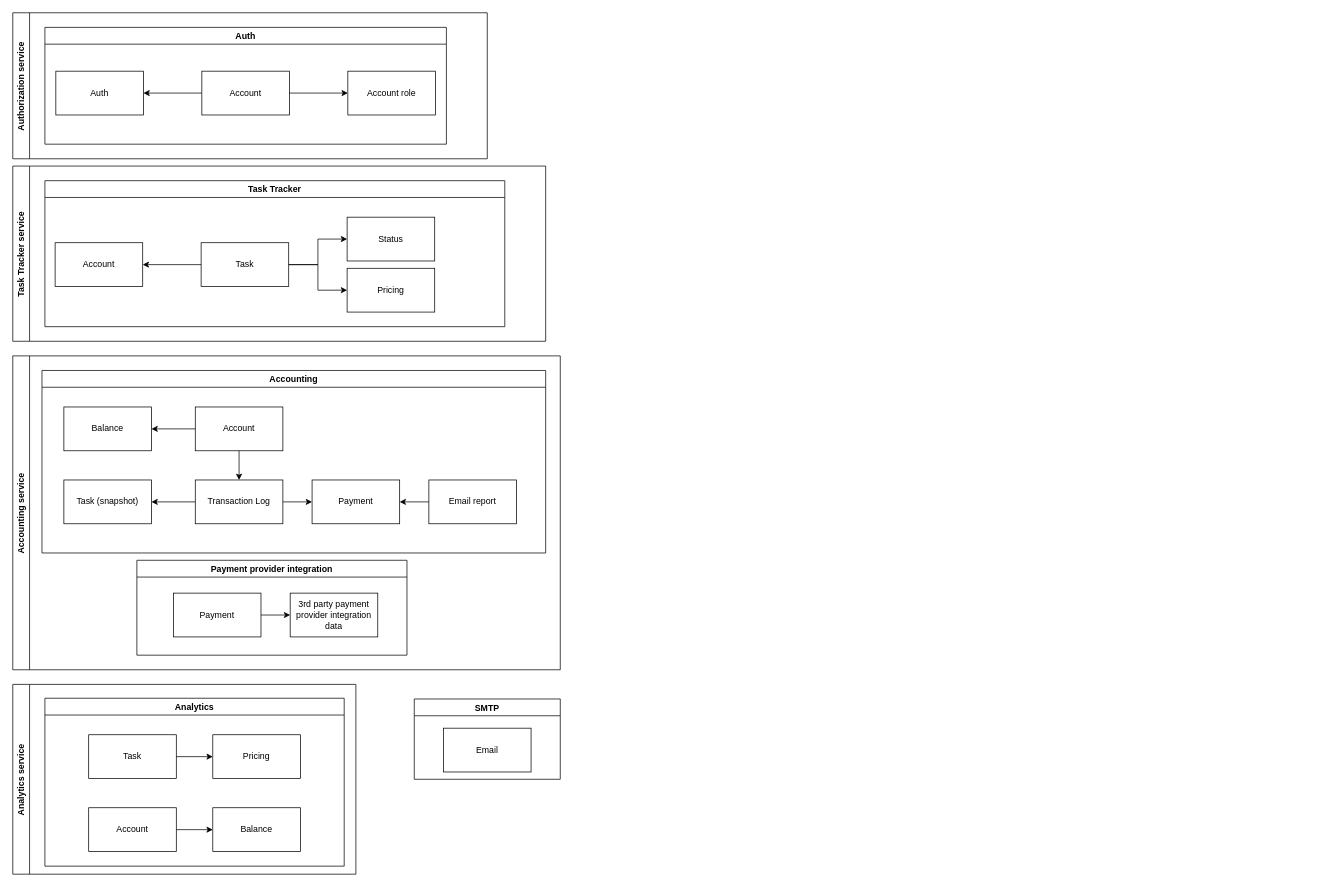
Before: docs/domains.drawio in syberside/async-architecture-course, a draw.io diagram. Source tidied: cells renumbered, new cells numbered last; positions are measured from the earlier drawing's top-left corner, leaving out a move shared by most shapes. Both pictures are drawn from the tidied source at 73%, with x=0, y=0 at pixel (12, 12).
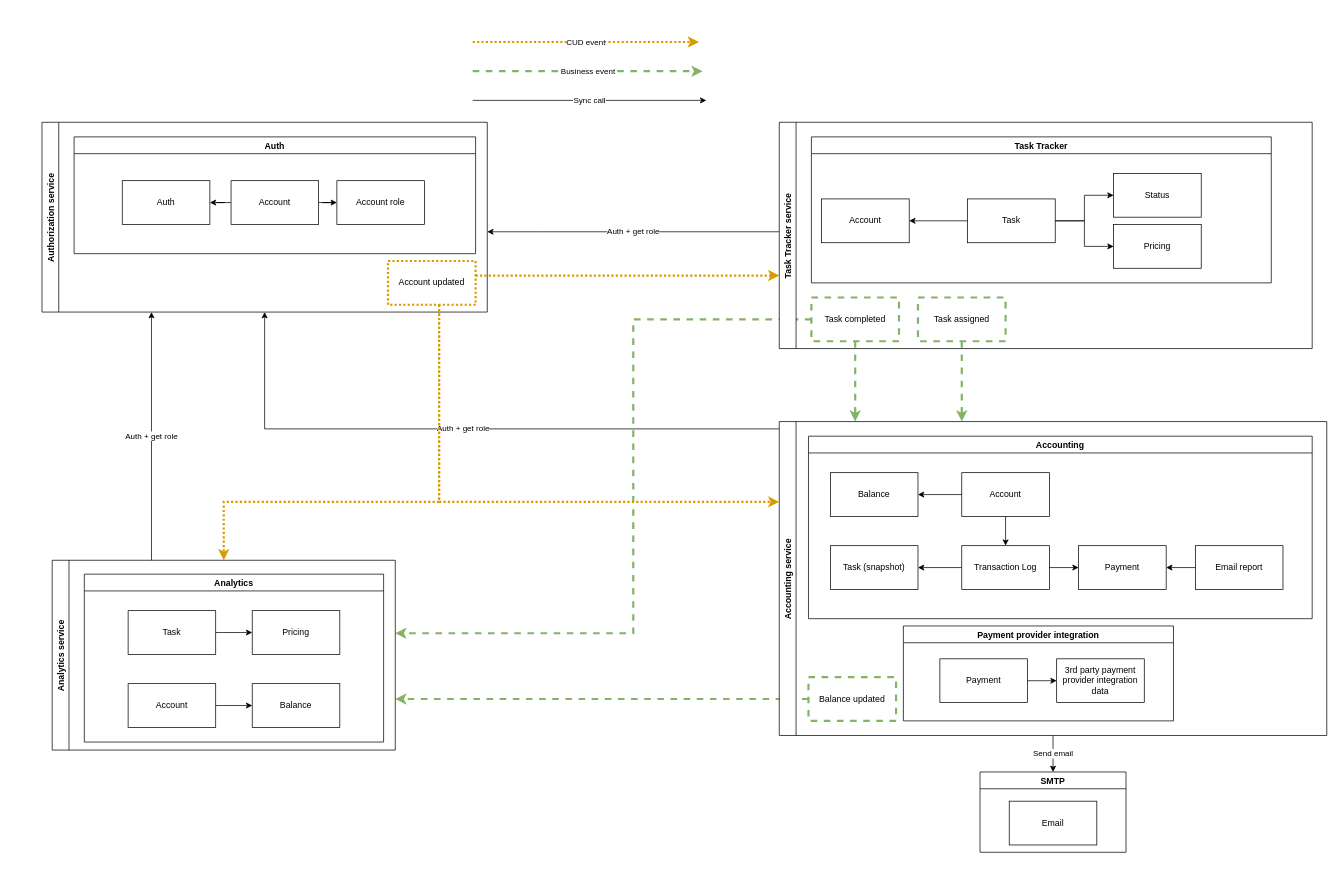
Above is the later version.

Commit message (it also covers changes not shown here):
Lessons 2-3: domains, services, events

Unchanged cells that the change refers to:
```xml
<mxCell id="5" value="Auth" style="swimlane;" parent="4" vertex="1">
  <mxGeometry x="44" y="20" width="550" height="160" as="geometry" />
</mxCell>
```

The edit, as a diff of the source:
```diff
@@
     <mxCell id="2" value="SMTP" style="swimlane;" parent="1" vertex="1">
-      <mxGeometry x="550" y="940" width="200" height="110" as="geometry" />
+      <mxGeometry x="1325" y="1040" width="200" height="110" as="geometry" />
     </mxCell>
@@
     <mxCell id="4" value="Authorization service" style="swimlane;horizontal=0;" parent="1" vertex="1">
-      <mxGeometry width="650" height="200" as="geometry" />
+      <mxGeometry x="40" y="150" width="610" height="260" as="geometry" />
     </mxCell>
@@
     <mxCell id="7" value="Auth" style="rounded=0;whiteSpace=wrap;html=1;" parent="5" vertex="1">
-      <mxGeometry x="15" y="60" width="120" height="60" as="geometry" />
+      <mxGeometry x="66" y="60" width="120" height="60" as="geometry" />
     </mxCell>
@@
     <mxCell id="9" value="Account role" style="rounded=0;whiteSpace=wrap;html=1;" parent="5" vertex="1">
-      <mxGeometry x="415" y="60" width="120" height="60" as="geometry" />
+      <mxGeometry x="360" y="60" width="120" height="60" as="geometry" />
     </mxCell>
@@
+    <mxCell id="45" value="Account updated" style="rounded=0;whiteSpace=wrap;html=1;strokeColor=#d79b00;dashed=1;dashPattern=1 1;fillColor=none;strokeWidth=3;" parent="4" vertex="1">
+      <mxGeometry x="474" y="190" width="120" height="60" as="geometry" />
+    </mxCell>
+    <mxCell id="46" value="Auth + get role" style="edgeStyle=orthogonalEdgeStyle;rounded=0;jettySize=auto;html=1;" parent="1" edge="1" source="11" target="4">
+      <mxGeometry relative="1" as="geometry">
+        <Array as="points">
+          <mxPoint x="720" y="300" />
+          <mxPoint x="720" y="300" />
+        </Array>
+      </mxGeometry>
+    </mxCell>
+    <mxCell id="47" style="edgeStyle=orthogonalEdgeStyle;rounded=0;jettySize=auto;html=1;dashed=1;fillColor=#d5e8d4;strokeColor=#82b366;strokeWidth=3;" parent="1" edge="1" source="51" target="20">
+      <mxGeometry relative="1" as="geometry">
+        <Array as="points">
+          <mxPoint x="1300" y="510" />
+          <mxPoint x="1300" y="510" />
+        </Array>
+      </mxGeometry>
+    </mxCell>
+    <mxCell id="48" style="edgeStyle=orthogonalEdgeStyle;rounded=0;jettySize=auto;html=1;dashed=1;fillColor=#d5e8d4;strokeColor=#82b366;strokeWidth=3;" parent="1" edge="1" source="50" target="20">
+      <mxGeometry relative="1" as="geometry">
+        <Array as="points">
+          <mxPoint x="1154" y="520" />
+          <mxPoint x="1154" y="520" />
+        </Array>
+      </mxGeometry>
+    </mxCell>
+    <mxCell id="49" style="edgeStyle=orthogonalEdgeStyle;rounded=0;jettySize=auto;html=1;dashed=1;fillColor=#d5e8d4;strokeColor=#82b366;strokeWidth=3;" parent="1" edge="1" source="50" target="37">
+      <mxGeometry relative="1" as="geometry">
+        <Array as="points">
+          <mxPoint x="850" y="420" />
+          <mxPoint x="850" y="850" />
+        </Array>
+      </mxGeometry>
+    </mxCell>
     <mxCell id="11" value="Task Tracker service" style="swimlane;horizontal=0;" parent="1" vertex="1">
-      <mxGeometry y="210" width="730" height="240" as="geometry" />
+      <mxGeometry x="1050" y="150" width="730" height="310" as="geometry" />
     </mxCell>
@@
+    <mxCell id="50" value="Task completed" style="rounded=0;whiteSpace=wrap;html=1;strokeColor=#82b366;dashed=1;strokeWidth=3;fillColor=none;" parent="11" vertex="1">
+      <mxGeometry x="44" y="240" width="120" height="60" as="geometry" />
+    </mxCell>
+    <mxCell id="51" value="Task assigned" style="rounded=0;whiteSpace=wrap;html=1;strokeColor=#82b366;dashed=1;strokeWidth=3;fillColor=none;" parent="11" vertex="1">
+      <mxGeometry x="190" y="240" width="120" height="60" as="geometry" />
+    </mxCell>
+    <mxCell id="52" value="Auth + get role" style="edgeStyle=orthogonalEdgeStyle;rounded=0;jettySize=auto;html=1;" parent="1" edge="1" source="20" target="4">
+      <mxGeometry relative="1" as="geometry">
+        <Array as="points">
+          <mxPoint x="345" y="570" />
+        </Array>
+      </mxGeometry>
+    </mxCell>
+    <mxCell id="53" value="Send email" style="edgeStyle=orthogonalEdgeStyle;rounded=0;jettySize=auto;html=1;" parent="1" edge="1" source="20" target="2">
+      <mxGeometry relative="1" as="geometry" />
+    </mxCell>
+    <mxCell id="54" style="edgeStyle=orthogonalEdgeStyle;rounded=0;jettySize=auto;html=1;dashed=1;fillColor=#d5e8d4;strokeColor=#82b366;strokeWidth=3;" parent="1" edge="1" source="55" target="37">
+      <mxGeometry relative="1" as="geometry">
+        <Array as="points">
+          <mxPoint x="820" y="940" />
+          <mxPoint x="820" y="940" />
+        </Array>
+      </mxGeometry>
+    </mxCell>
     <mxCell id="20" value="Accounting service" style="swimlane;horizontal=0;" parent="1" vertex="1">
-      <mxGeometry y="470" width="750" height="430" as="geometry" />
+      <mxGeometry x="1050" y="560" width="750" height="430" as="geometry" />
     </mxCell>
@@
+    <mxCell id="55" value="Balance updated" style="rounded=0;whiteSpace=wrap;html=1;strokeColor=#82b366;dashed=1;strokeWidth=3;fillColor=none;" parent="20" vertex="1">
+      <mxGeometry x="40" y="350" width="120" height="60" as="geometry" />
+    </mxCell>
+    <mxCell id="56" value="Auth + get role" style="edgeStyle=orthogonalEdgeStyle;rounded=0;jettySize=auto;html=1;" parent="1" edge="1" source="37" target="4">
+      <mxGeometry relative="1" as="geometry">
+        <Array as="points">
+          <mxPoint x="190" y="580" />
+          <mxPoint x="190" y="580" />
+        </Array>
+      </mxGeometry>
+    </mxCell>
     <mxCell id="37" value="Analytics service" style="swimlane;horizontal=0;" parent="1" vertex="1">
-      <mxGeometry y="920" width="470" height="260" as="geometry" />
+      <mxGeometry x="54" y="750" width="470" height="260" as="geometry" />
     </mxCell>
@@
+    <mxCell id="57" value="CUD event" style="edgeStyle=orthogonalEdgeStyle;rounded=0;orthogonalLoop=1;jettySize=auto;html=1;dashed=1;fillColor=#ffe6cc;strokeColor=#d79b00;dashPattern=1 1;strokeWidth=3;" parent="1" edge="1">
+      <mxGeometry relative="1" as="geometry">
+        <mxPoint x="630" y="40" as="sourcePoint" />
+        <mxPoint x="940" y="40" as="targetPoint" />
+      </mxGeometry>
+    </mxCell>
+    <mxCell id="58" value="Business event" style="edgeStyle=orthogonalEdgeStyle;rounded=0;orthogonalLoop=1;jettySize=auto;html=1;dashed=1;fillColor=#d5e8d4;strokeColor=#82b366;strokeWidth=3;" parent="1" edge="1">
+      <mxGeometry relative="1" as="geometry">
+        <mxPoint x="630" y="80" as="sourcePoint" />
+        <mxPoint x="945" y="80" as="targetPoint" />
+      </mxGeometry>
+    </mxCell>
+    <mxCell id="59" value="Sync call" style="endArrow=classic;html=1;strokeWidth=1;" parent="1" edge="1">
+      <mxGeometry relative="1" as="geometry">
+        <mxPoint x="630" y="120" as="sourcePoint" />
+        <mxPoint x="950" y="120" as="targetPoint" />
+      </mxGeometry>
+    </mxCell>
+    <mxCell id="60" style="edgeStyle=orthogonalEdgeStyle;rounded=0;jettySize=auto;html=1;strokeWidth=3;fillColor=#ffe6cc;strokeColor=#d79b00;dashed=1;dashPattern=1 1;" parent="1" edge="1" source="45" target="11">
+      <mxGeometry relative="1" as="geometry">
+        <Array as="points">
+          <mxPoint x="750" y="360" />
+          <mxPoint x="750" y="360" />
+        </Array>
+      </mxGeometry>
+    </mxCell>
+    <mxCell id="61" style="edgeStyle=orthogonalEdgeStyle;rounded=0;jettySize=auto;html=1;dashed=1;dashPattern=1 1;strokeWidth=3;fillColor=#ffe6cc;strokeColor=#d79b00;" parent="1" edge="1" source="45" target="37">
+      <mxGeometry relative="1" as="geometry">
+        <Array as="points">
+          <mxPoint x="584" y="670" />
+          <mxPoint x="289" y="670" />
+        </Array>
+      </mxGeometry>
+    </mxCell>
+    <mxCell id="62" style="edgeStyle=orthogonalEdgeStyle;rounded=0;jettySize=auto;html=1;dashed=1;dashPattern=1 1;strokeWidth=3;fillColor=#ffe6cc;strokeColor=#d79b00;" parent="1" edge="1" source="45" target="20">
+      <mxGeometry relative="1" as="geometry">
+        <Array as="points">
+          <mxPoint x="584" y="670" />
+        </Array>
+      </mxGeometry>
+    </mxCell>
```
